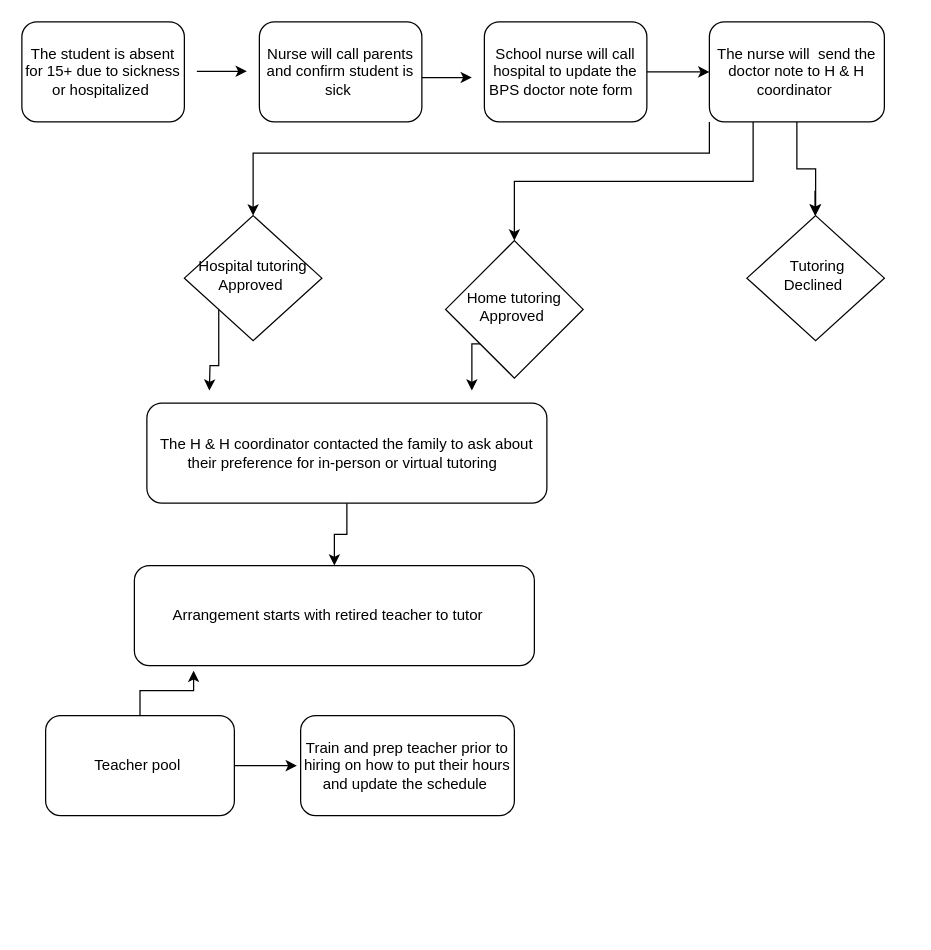
naglad/HHSE keeps this draw.io diagram as _FileHHSE.drawio. Above is the earlier version. Source tidied: cells renumbered, new cells numbered last; positions are measured from the earlier drawing's top-left corner, leaving out a move shared by most shapes. Both pictures are drawn from the tidied source at 125%, with x=0, y=0 at pixel (21, 21).
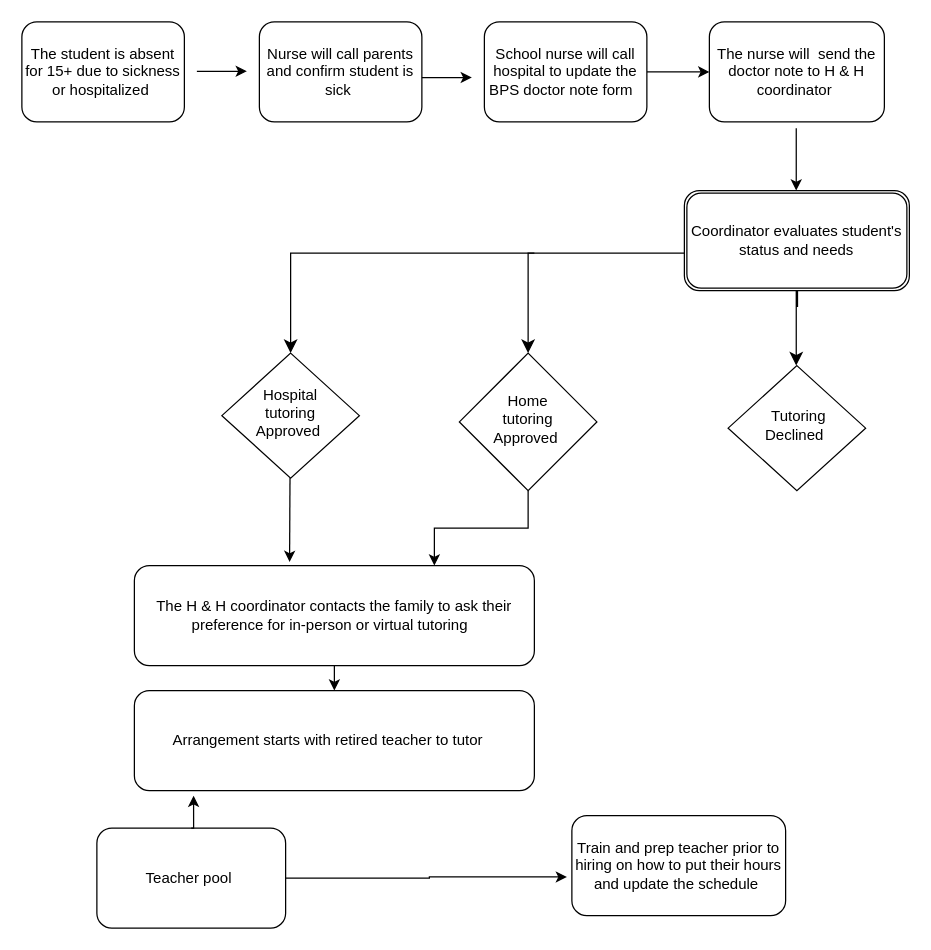
Above is the later version.

The change refers to these unchanged cells:
```xml
<mxCell id="5" value="The nurse will&amp;nbsp; send the doctor note to H &amp;amp; H coordinator&amp;nbsp;" style="rounded=1;whiteSpace=wrap;html=1;fontSize=12;glass=0;strokeWidth=1;shadow=0;" parent="1" vertex="1">
  <mxGeometry x="550" width="140" height="80" as="geometry" />
</mxCell>
```

The edit, as a diff of the source:
```diff
@@
-    <mxCell id="2" style="edgeStyle=orthogonalEdgeStyle;rounded=0;jettySize=auto;html=1;" parent="1" edge="1" source="5" target="14">
-      <mxGeometry relative="1" as="geometry" />
-    </mxCell>
-    <mxCell id="3" style="edgeStyle=orthogonalEdgeStyle;rounded=0;jettySize=auto;html=1;exitX=0.25;exitY=1;exitDx=0;exitDy=0;" parent="1" edge="1" source="5" target="7">
-      <mxGeometry relative="1" as="geometry" />
-    </mxCell>
-    <mxCell id="4" style="edgeStyle=orthogonalEdgeStyle;rounded=0;jettySize=auto;html=1;exitX=0;exitY=1;exitDx=0;exitDy=0;entryX=0.5;entryY=0;entryDx=0;entryDy=0;" parent="1" edge="1" source="5" target="16">
-      <mxGeometry relative="1" as="geometry">
-        <Array as="points">
-          <mxPoint x="550" y="105" />
-          <mxPoint x="185" y="105" />
-        </Array>
-      </mxGeometry>
-    </mxCell>
@@
-    <mxCell id="6" style="edgeStyle=orthogonalEdgeStyle;rounded=0;jettySize=auto;html=1;exitX=0;exitY=1;exitDx=0;exitDy=0;" parent="1" edge="1" source="7">
-      <mxGeometry relative="1" as="geometry">
-        <mxPoint x="360" y="295" as="targetPoint" />
-      </mxGeometry>
+    <mxCell id="6" style="edgeStyle=orthogonalEdgeStyle;rounded=0;jettySize=auto;html=1;exitX=0.5;exitY=1;exitDx=0;exitDy=0;entryX=0.75;entryY=0;entryDx=0;entryDy=0;" parent="1" edge="1" source="7" target="19">
+      <mxGeometry relative="1" as="geometry" />
     </mxCell>
-    <mxCell id="7" value="Home tutoring Approved&amp;nbsp;" style="rhombus;whiteSpace=wrap;html=1;shadow=0;fontFamily=Helvetica;fontSize=12;align=center;strokeWidth=1;spacing=6;spacingTop=-4;" parent="1" vertex="1">
-      <mxGeometry x="339" y="175" width="110" height="110" as="geometry" />
+    <mxCell id="7" value="Home &lt;br&gt;tutoring &lt;br&gt;Approved&amp;nbsp;" style="rhombus;whiteSpace=wrap;html=1;shadow=0;fontFamily=Helvetica;fontSize=12;align=center;strokeWidth=1;spacing=6;spacingTop=-4;" parent="1" vertex="1">
+      <mxGeometry x="350" y="265" width="110" height="110" as="geometry" />
     </mxCell>
@@
     <mxCell id="14" value="&amp;nbsp;Tutoring Declined&amp;nbsp;" style="rhombus;whiteSpace=wrap;html=1;shadow=0;fontFamily=Helvetica;fontSize=12;align=center;strokeWidth=1;spacing=6;spacingTop=-4;" parent="1" vertex="1">
-      <mxGeometry x="580" y="155" width="110" height="100" as="geometry" />
+      <mxGeometry x="565" y="275" width="110" height="100" as="geometry" />
     </mxCell>
-    <mxCell id="15" style="edgeStyle=orthogonalEdgeStyle;rounded=0;jettySize=auto;html=1;exitX=0;exitY=1;exitDx=0;exitDy=0;" parent="1" edge="1" source="16">
-      <mxGeometry relative="1" as="geometry">
-        <mxPoint x="150" y="295" as="targetPoint" />
-      </mxGeometry>
-    </mxCell>
-    <mxCell id="16" value="Hospital tutoring Approved&amp;nbsp;" style="rhombus;whiteSpace=wrap;html=1;shadow=0;fontFamily=Helvetica;fontSize=12;align=center;strokeWidth=1;spacing=6;spacingTop=-4;" parent="1" vertex="1">
-      <mxGeometry x="130" y="155" width="110" height="100" as="geometry" />
+    <mxCell id="16" value="Hospital &lt;br&gt;tutoring &lt;br&gt;Approved&amp;nbsp;" style="rhombus;whiteSpace=wrap;html=1;shadow=0;fontFamily=Helvetica;fontSize=12;align=center;strokeWidth=1;spacing=6;spacingTop=-4;" parent="1" vertex="1">
+      <mxGeometry x="160" y="265" width="110" height="100" as="geometry" />
     </mxCell>
@@
-    <mxCell id="19" value="The H &amp;amp; H coordinator contacted the family to ask about their preference for in-person or virtual tutoring&amp;nbsp;&amp;nbsp;" style="rounded=1;whiteSpace=wrap;html=1;fontSize=12;glass=0;strokeWidth=1;shadow=0;" parent="1" vertex="1">
-      <mxGeometry x="100" y="305" width="320" height="80" as="geometry" />
+    <mxCell id="19" value="The H &amp;amp; H coordinator contacts the family to ask their preference for in-person or virtual tutoring&amp;nbsp;&amp;nbsp;" style="rounded=1;whiteSpace=wrap;html=1;fontSize=12;glass=0;strokeWidth=1;shadow=0;" parent="1" vertex="1">
+      <mxGeometry x="90" y="435" width="320" height="80" as="geometry" />
     </mxCell>
-    <mxCell id="20" style="edgeStyle=orthogonalEdgeStyle;rounded=0;jettySize=auto;html=1;" parent="1" edge="1" source="21">
+    <mxCell id="20" style="edgeStyle=orthogonalEdgeStyle;rounded=0;jettySize=auto;html=1;entryX=-0.023;entryY=0.613;entryDx=0;entryDy=0;entryPerimeter=0;" parent="1" edge="1" source="21" target="22">
       <mxGeometry relative="1" as="geometry">
-        <mxPoint x="220" y="595" as="targetPoint" />
+        <Array as="points">
+          <mxPoint x="326" y="685" />
+        </Array>
       </mxGeometry>
     </mxCell>
     <mxCell id="21" value="Teacher pool&amp;nbsp;" style="rounded=1;whiteSpace=wrap;html=1;fontSize=12;glass=0;strokeWidth=1;shadow=0;" parent="1" vertex="1">
-      <mxGeometry x="19" y="555" width="151" height="80" as="geometry" />
+      <mxGeometry x="60" y="645" width="151" height="80" as="geometry" />
     </mxCell>
     <mxCell id="22" value="Train and prep teacher prior to hiring on how to put their hours and update the schedule&amp;nbsp;" style="rounded=1;whiteSpace=wrap;html=1;fontSize=12;glass=0;strokeWidth=1;shadow=0;" parent="1" vertex="1">
-      <mxGeometry x="223" y="555" width="171" height="80" as="geometry" />
+      <mxGeometry x="440" y="635" width="171" height="80" as="geometry" />
     </mxCell>
     <mxCell id="23" value="Arrangement starts with retired teacher to tutor&amp;nbsp; &amp;nbsp;" style="rounded=1;whiteSpace=wrap;html=1;fontSize=12;glass=0;strokeWidth=1;shadow=0;" parent="1" vertex="1">
-      <mxGeometry x="90" y="435" width="320" height="80" as="geometry" />
+      <mxGeometry x="90" y="535" width="320" height="80" as="geometry" />
     </mxCell>
@@
+    <mxCell id="25" value="Coordinator evaluates student's status and needs" style="shape=ext;double=1;rounded=1;whiteSpace=wrap;html=1;" parent="1" vertex="1">
+      <mxGeometry x="530" y="135" width="180" height="80" as="geometry" />
+    </mxCell>
+    <mxCell id="26" style="edgeStyle=segmentEdgeStyle;endArrow=classic;html=1;curved=0;rounded=0;endSize=8;startSize=8;exitX=0.429;exitY=1.063;exitDx=0;exitDy=0;exitPerimeter=0;entryX=0.439;entryY=-0.037;entryDx=0;entryDy=0;entryPerimeter=0;" parent="1" edge="1">
+      <mxGeometry relative="1" as="geometry">
+        <mxPoint x="620.5" y="228" as="sourcePoint" />
+        <mxPoint x="619.5" y="275" as="targetPoint" />
+        <Array as="points">
+          <mxPoint x="621" y="215" />
+          <mxPoint x="620" y="215" />
+        </Array>
+      </mxGeometry>
+    </mxCell>
+    <mxCell id="27" style="edgeStyle=segmentEdgeStyle;endArrow=classic;html=1;curved=0;rounded=0;endSize=8;startSize=8;exitX=0;exitY=0.625;exitDx=0;exitDy=0;exitPerimeter=0;" parent="1" edge="1" source="25">
+      <mxGeometry relative="1" as="geometry">
+        <mxPoint x="405" y="265" as="targetPoint" />
+      </mxGeometry>
+    </mxCell>
+    <mxCell id="28" style="edgeStyle=segmentEdgeStyle;endArrow=classic;html=1;curved=0;rounded=0;endSize=8;startSize=8;entryX=0.5;entryY=0;entryDx=0;entryDy=0;" parent="1" edge="1" target="16">
+      <mxGeometry relative="1" as="geometry">
+        <mxPoint x="410" y="185" as="sourcePoint" />
+      </mxGeometry>
+    </mxCell>
+    <mxCell id="29" style="endArrow=classic;html=1;entryX=0.388;entryY=-0.037;entryDx=0;entryDy=0;entryPerimeter=0;" parent="1" edge="1" target="19">
+      <mxGeometry relative="1" as="geometry">
+        <mxPoint x="214.5" y="365" as="sourcePoint" />
+      </mxGeometry>
+    </mxCell>
+    <mxCell id="30" style="endArrow=classic;html=1;" parent="1" edge="1">
+      <mxGeometry relative="1" as="geometry">
+        <mxPoint x="619.5" y="85" as="sourcePoint" />
+        <mxPoint x="619.5" y="135" as="targetPoint" />
+        <Array as="points">
+          <mxPoint x="619.5" y="115" />
+        </Array>
+      </mxGeometry>
+    </mxCell>
```
